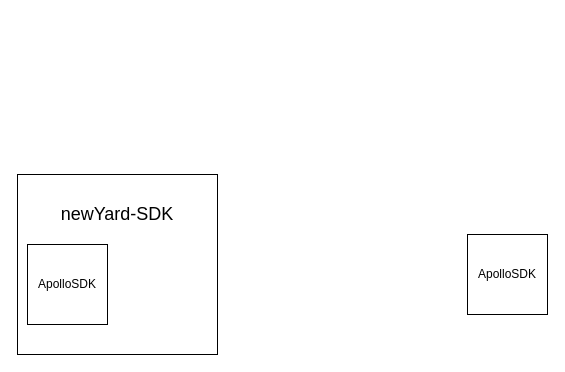
Earlier version of the draw.io diagram Untitled Diagram.drawio (DogerRain/image). Source tidied: cells renumbered, new cells numbered last; positions are measured from the earlier drawing's top-left corner, leaving out a move shared by most shapes. Both pictures are drawn from the tidied source at 100%, with x=0, y=0 at pixel (17, 174).
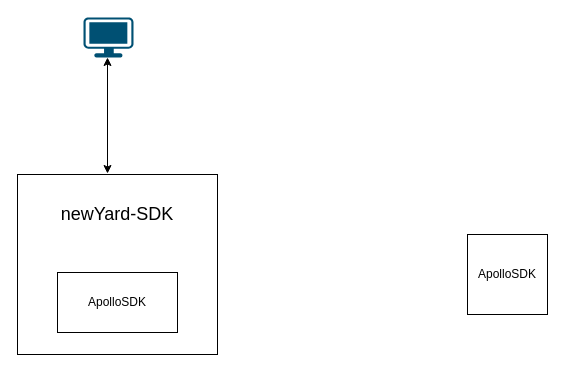
The same diagram, later.

Diff of the diagram source:
```diff
@@
 <mxGraphModel>
   <root>
     <mxCell id="0" />
     <mxCell id="1" parent="0" />
     <mxCell id="2" style="rounded=0;whiteSpace=wrap;html=1;" parent="1" vertex="1">
       <mxGeometry width="200" height="180" as="geometry" />
     </mxCell>
-    <mxCell id="3" value="ApolloSDK" style="whiteSpace=wrap;html=1;" parent="1" vertex="1">
-      <mxGeometry x="10" y="70" width="80" height="80" as="geometry" />
-    </mxCell>
     <mxCell id="4" value="ApolloSDK" style="whiteSpace=wrap;html=1;" parent="1" vertex="1">
       <mxGeometry x="450" y="60" width="80" height="80" as="geometry" />
     </mxCell>
     <mxCell id="5" value="&lt;font style=&quot;font-size: 18px&quot;&gt;newYard-SDK&lt;/font&gt;" style="text;html=1;strokeColor=none;fillColor=none;align=center;verticalAlign=middle;whiteSpace=wrap;rounded=0;" parent="1" vertex="1">
       <mxGeometry x="20" y="30" width="160" height="20" as="geometry" />
     </mxCell>
+    <mxCell id="6" style="verticalLabelPosition=bottom;html=1;verticalAlign=top;align=center;shape=mxgraph.cisco19.workstation;fillColor=#005073;strokeColor=none;" parent="1" vertex="1">
+      <mxGeometry x="66" y="-157" width="50" height="40" as="geometry" />
+    </mxCell>
+    <mxCell id="7" style="endArrow=classic;startArrow=classic;html=1;" parent="1" edge="1">
+      <mxGeometry relative="1" as="geometry">
+        <mxPoint x="90" y="-1" as="sourcePoint" />
+        <mxPoint x="90" y="-117" as="targetPoint" />
+      </mxGeometry>
+    </mxCell>
+    <mxCell id="3" value="&lt;span&gt;ApolloSDK&lt;/span&gt;" style="rounded=0;whiteSpace=wrap;html=1;" parent="1" vertex="1">
+      <mxGeometry x="40" y="98" width="120" height="60" as="geometry" />
+    </mxCell>
   </root>
 </mxGraphModel>
```
